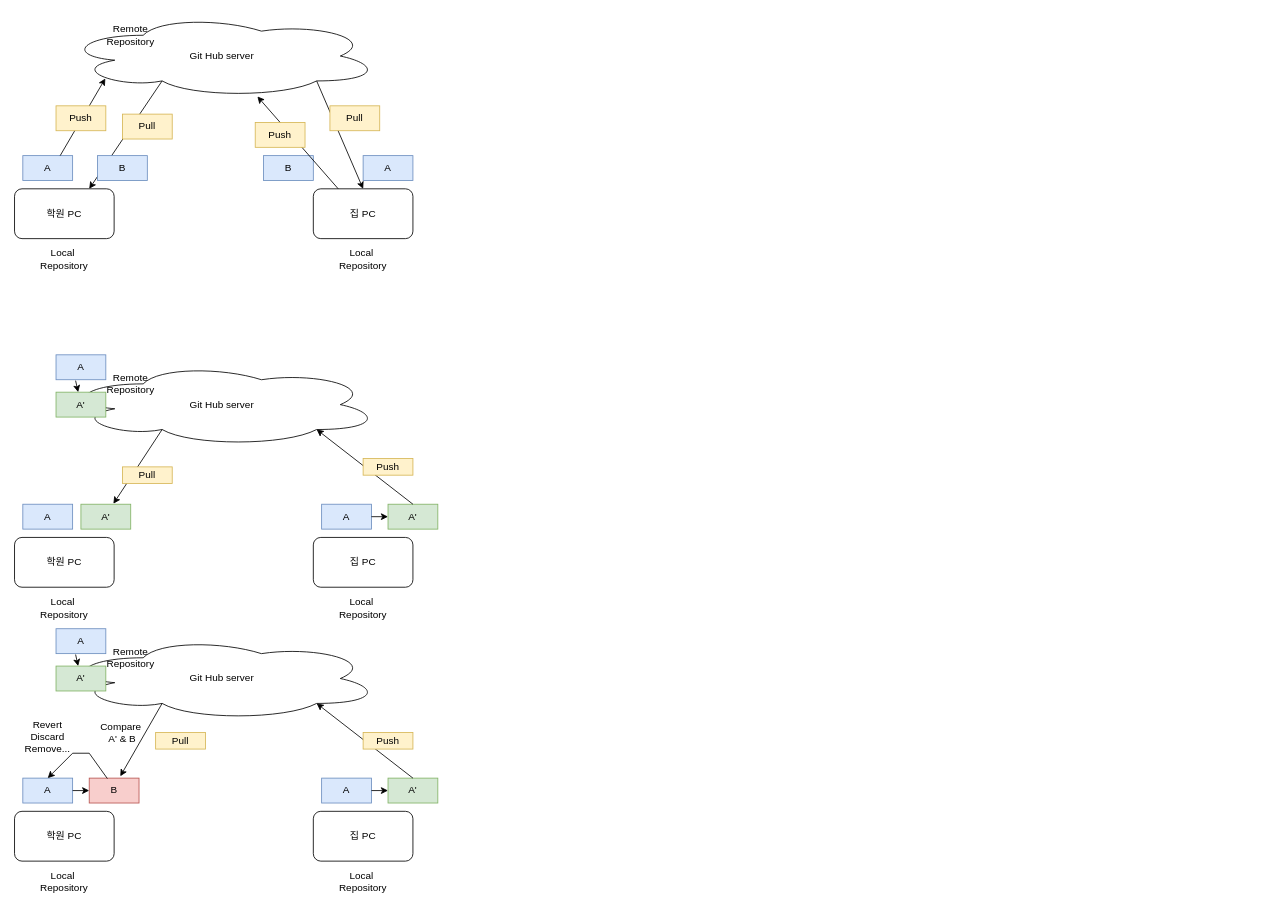
Above: GitHub.drawio in luke-youngmin-cho/Client_1st (draw.io), before the change. Source tidied: cells renumbered, new cells numbered last; positions are measured from the earlier drawing's top-left corner, leaving out a move shared by most shapes. Both pictures are drawn from the tidied source at 83%, with x=0, y=0 at pixel (14, 14).
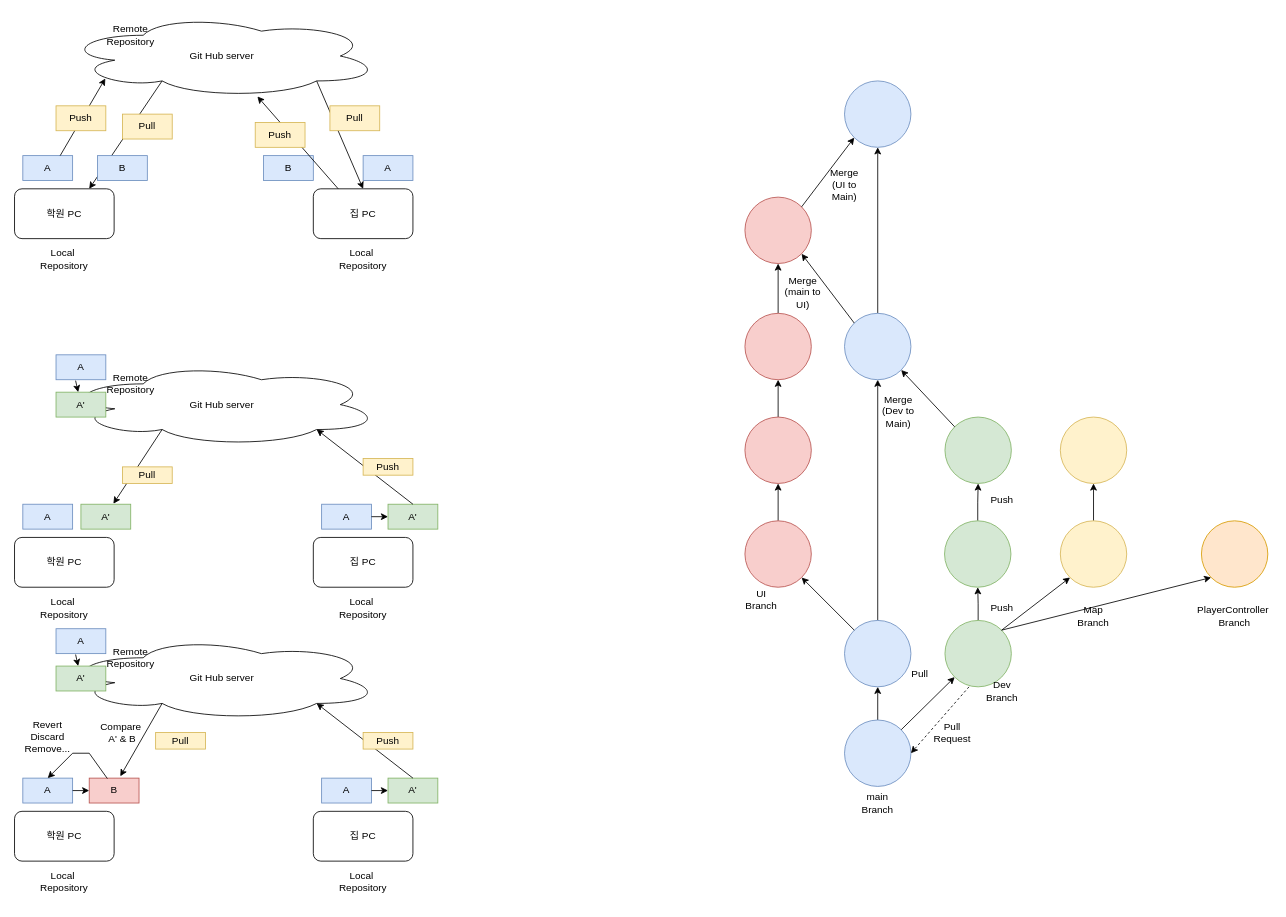
The same page after the edit.

Diff of the diagram source:
```diff
@@
+    <mxCell id="60" style="edgeStyle=orthogonalEdgeStyle;rounded=0;jettySize=auto;html=1;entryX=0.5;entryY=1;entryDx=0;entryDy=0;" parent="1" edge="1" source="61" target="64">
+      <mxGeometry relative="1" as="geometry" />
+    </mxCell>
+    <mxCell id="61" style="ellipse;whiteSpace=wrap;html=1;fillColor=#dae8fc;strokeColor=#6c8ebf;" parent="1" vertex="1">
+      <mxGeometry x="1000" y="850" width="80" height="80" as="geometry" />
+    </mxCell>
+    <mxCell id="62" value="main&lt;br&gt;Branch" style="text;html=1;strokeColor=none;fillColor=none;align=center;verticalAlign=middle;whiteSpace=wrap;rounded=0;" parent="1" vertex="1">
+      <mxGeometry x="1000" y="930" width="80" height="40" as="geometry" />
+    </mxCell>
+    <mxCell id="63" style="edgeStyle=orthogonalEdgeStyle;rounded=0;jettySize=auto;html=1;entryX=0.5;entryY=1;entryDx=0;entryDy=0;" parent="1" edge="1" source="64" target="79">
+      <mxGeometry relative="1" as="geometry" />
+    </mxCell>
+    <mxCell id="64" style="ellipse;whiteSpace=wrap;html=1;fillColor=#dae8fc;strokeColor=#6c8ebf;" parent="1" vertex="1">
+      <mxGeometry x="1000" y="730" width="80" height="80" as="geometry" />
+    </mxCell>
+    <mxCell id="65" style="edgeStyle=orthogonalEdgeStyle;rounded=0;jettySize=auto;html=1;entryX=0.5;entryY=1;entryDx=0;entryDy=0;" parent="1" edge="1" source="66" target="72">
+      <mxGeometry relative="1" as="geometry" />
+    </mxCell>
+    <mxCell id="66" style="ellipse;whiteSpace=wrap;html=1;fillColor=#d5e8d4;strokeColor=#82b366;" parent="1" vertex="1">
+      <mxGeometry x="1121" y="730" width="80" height="80" as="geometry" />
+    </mxCell>
+    <mxCell id="67" style="endArrow=classic;html=1;rounded=0;exitX=1;exitY=0;exitDx=0;exitDy=0;entryX=0;entryY=1;entryDx=0;entryDy=0;" parent="1" edge="1" source="61" target="66">
+      <mxGeometry relative="1" as="geometry" />
+    </mxCell>
+    <mxCell id="68" style="edgeStyle=orthogonalEdgeStyle;rounded=0;jettySize=auto;html=1;entryX=0.5;entryY=1;entryDx=0;entryDy=0;" parent="1" edge="1" source="69" target="75">
+      <mxGeometry relative="1" as="geometry" />
+    </mxCell>
+    <mxCell id="69" style="ellipse;whiteSpace=wrap;html=1;fillColor=#f8cecc;strokeColor=#b85450;" parent="1" vertex="1">
+      <mxGeometry x="880" y="610" width="80" height="80" as="geometry" />
+    </mxCell>
+    <mxCell id="70" style="endArrow=classic;html=1;rounded=0;exitX=0;exitY=0;exitDx=0;exitDy=0;entryX=1;entryY=1;entryDx=0;entryDy=0;" parent="1" edge="1" source="64" target="69">
+      <mxGeometry relative="1" as="geometry" />
+    </mxCell>
+    <mxCell id="71" style="edgeStyle=orthogonalEdgeStyle;rounded=0;jettySize=auto;html=1;entryX=0.5;entryY=1;entryDx=0;entryDy=0;" parent="1" edge="1" source="72" target="73">
+      <mxGeometry relative="1" as="geometry" />
+    </mxCell>
+    <mxCell id="72" style="ellipse;whiteSpace=wrap;html=1;fillColor=#d5e8d4;strokeColor=#82b366;" parent="1" vertex="1">
+      <mxGeometry x="1120.5" y="610" width="80" height="80" as="geometry" />
+    </mxCell>
+    <mxCell id="73" style="ellipse;whiteSpace=wrap;html=1;fillColor=#d5e8d4;strokeColor=#82b366;" parent="1" vertex="1">
+      <mxGeometry x="1121" y="485" width="80" height="80" as="geometry" />
+    </mxCell>
+    <mxCell id="74" style="edgeStyle=orthogonalEdgeStyle;rounded=0;jettySize=auto;html=1;entryX=0.5;entryY=1;entryDx=0;entryDy=0;" parent="1" edge="1" source="75" target="77">
+      <mxGeometry relative="1" as="geometry" />
+    </mxCell>
+    <mxCell id="75" style="ellipse;whiteSpace=wrap;html=1;fillColor=#f8cecc;strokeColor=#b85450;" parent="1" vertex="1">
+      <mxGeometry x="880" y="485" width="80" height="80" as="geometry" />
+    </mxCell>
+    <mxCell id="76" style="edgeStyle=orthogonalEdgeStyle;rounded=0;jettySize=auto;html=1;entryX=0.5;entryY=1;entryDx=0;entryDy=0;" parent="1" edge="1" source="77" target="91">
+      <mxGeometry relative="1" as="geometry" />
+    </mxCell>
+    <mxCell id="77" style="ellipse;whiteSpace=wrap;html=1;fillColor=#f8cecc;strokeColor=#b85450;" parent="1" vertex="1">
+      <mxGeometry x="880" y="360" width="80" height="80" as="geometry" />
+    </mxCell>
+    <mxCell id="78" style="edgeStyle=orthogonalEdgeStyle;rounded=0;jettySize=auto;html=1;entryX=0.5;entryY=1;entryDx=0;entryDy=0;" parent="1" edge="1" source="79" target="89">
+      <mxGeometry relative="1" as="geometry" />
+    </mxCell>
+    <mxCell id="79" style="ellipse;whiteSpace=wrap;html=1;fillColor=#dae8fc;strokeColor=#6c8ebf;" parent="1" vertex="1">
+      <mxGeometry x="1000" y="360" width="80" height="80" as="geometry" />
+    </mxCell>
+    <mxCell id="80" style="endArrow=classic;html=1;rounded=0;entryX=1;entryY=1;entryDx=0;entryDy=0;exitX=0;exitY=0;exitDx=0;exitDy=0;" parent="1" edge="1" source="73" target="79">
+      <mxGeometry relative="1" as="geometry" />
+    </mxCell>
+    <mxCell id="81" value="Pull" style="text;html=1;strokeColor=none;fillColor=none;align=center;verticalAlign=middle;whiteSpace=wrap;rounded=0;" parent="1" vertex="1">
+      <mxGeometry x="1061" y="780" width="60" height="30" as="geometry" />
+    </mxCell>
+    <mxCell id="82" value="Dev&lt;br&gt;Branch" style="text;html=1;strokeColor=none;fillColor=none;align=center;verticalAlign=middle;whiteSpace=wrap;rounded=0;" parent="1" vertex="1">
+      <mxGeometry x="1160" y="800" width="60" height="30" as="geometry" />
+    </mxCell>
+    <mxCell id="83" value="UI&lt;br&gt;Branch" style="text;html=1;strokeColor=none;fillColor=none;align=center;verticalAlign=middle;whiteSpace=wrap;rounded=0;" parent="1" vertex="1">
+      <mxGeometry x="870" y="690" width="60" height="30" as="geometry" />
+    </mxCell>
+    <mxCell id="84" style="endArrow=classic;html=1;rounded=0;entryX=1;entryY=0.5;entryDx=0;entryDy=0;dashed=1;" parent="1" edge="1" target="61">
+      <mxGeometry relative="1" as="geometry">
+        <mxPoint x="1150" y="810" as="sourcePoint" />
+      </mxGeometry>
+    </mxCell>
+    <mxCell id="85" value="Pull&lt;br&gt;Request" style="text;html=1;strokeColor=none;fillColor=none;align=center;verticalAlign=middle;whiteSpace=wrap;rounded=0;" parent="1" vertex="1">
+      <mxGeometry x="1100" y="850" width="60" height="30" as="geometry" />
+    </mxCell>
+    <mxCell id="86" value="Push" style="text;html=1;strokeColor=none;fillColor=none;align=center;verticalAlign=middle;whiteSpace=wrap;rounded=0;" parent="1" vertex="1">
+      <mxGeometry x="1160" y="700" width="60" height="30" as="geometry" />
+    </mxCell>
+    <mxCell id="87" value="Push" style="text;html=1;strokeColor=none;fillColor=none;align=center;verticalAlign=middle;whiteSpace=wrap;rounded=0;" parent="1" vertex="1">
+      <mxGeometry x="1160" y="570" width="60" height="30" as="geometry" />
+    </mxCell>
+    <mxCell id="88" value="Merge&lt;br&gt;(Dev to&lt;br&gt;Main)" style="text;html=1;strokeColor=none;fillColor=none;align=center;verticalAlign=middle;whiteSpace=wrap;rounded=0;" parent="1" vertex="1">
+      <mxGeometry x="1030" y="455" width="70" height="45" as="geometry" />
+    </mxCell>
+    <mxCell id="89" style="ellipse;whiteSpace=wrap;html=1;fillColor=#dae8fc;strokeColor=#6c8ebf;" parent="1" vertex="1">
+      <mxGeometry x="1000" y="80" width="80" height="80" as="geometry" />
+    </mxCell>
+    <mxCell id="90" value="Merge&lt;br&gt;(UI to&lt;br&gt;Main)" style="text;html=1;strokeColor=none;fillColor=none;align=center;verticalAlign=middle;whiteSpace=wrap;rounded=0;" parent="1" vertex="1">
+      <mxGeometry x="970" y="180" width="60" height="50" as="geometry" />
+    </mxCell>
+    <mxCell id="91" style="ellipse;whiteSpace=wrap;html=1;fillColor=#f8cecc;strokeColor=#b85450;" parent="1" vertex="1">
+      <mxGeometry x="880" y="220" width="80" height="80" as="geometry" />
+    </mxCell>
+    <mxCell id="92" style="endArrow=classic;html=1;rounded=0;entryX=1;entryY=1;entryDx=0;entryDy=0;exitX=0;exitY=0;exitDx=0;exitDy=0;" parent="1" edge="1" source="79" target="91">
+      <mxGeometry relative="1" as="geometry" />
+    </mxCell>
+    <mxCell id="93" style="endArrow=classic;html=1;rounded=0;entryX=0;entryY=1;entryDx=0;entryDy=0;exitX=1;exitY=0;exitDx=0;exitDy=0;" parent="1" edge="1" source="91" target="89">
+      <mxGeometry relative="1" as="geometry" />
+    </mxCell>
+    <mxCell id="94" value="Merge&lt;br&gt;(main to&lt;br&gt;UI)" style="text;html=1;strokeColor=none;fillColor=none;align=center;verticalAlign=middle;whiteSpace=wrap;rounded=0;" parent="1" vertex="1">
+      <mxGeometry x="920" y="310" width="60" height="50" as="geometry" />
+    </mxCell>
+    <mxCell id="95" style="edgeStyle=orthogonalEdgeStyle;rounded=0;jettySize=auto;html=1;entryX=0.5;entryY=1;entryDx=0;entryDy=0;" parent="1" edge="1" source="96" target="102">
+      <mxGeometry relative="1" as="geometry" />
+    </mxCell>
+    <mxCell id="96" style="ellipse;whiteSpace=wrap;html=1;fillColor=#fff2cc;strokeColor=#d6b656;" parent="1" vertex="1">
+      <mxGeometry x="1260" y="610" width="80" height="80" as="geometry" />
+    </mxCell>
+    <mxCell id="97" style="endArrow=classic;html=1;rounded=0;entryX=0;entryY=1;entryDx=0;entryDy=0;exitX=1;exitY=0;exitDx=0;exitDy=0;" parent="1" edge="1" source="66" target="96">
+      <mxGeometry relative="1" as="geometry" />
+    </mxCell>
+    <mxCell id="98" value="Map&lt;br&gt;Branch" style="text;html=1;strokeColor=none;fillColor=none;align=center;verticalAlign=middle;whiteSpace=wrap;rounded=0;" parent="1" vertex="1">
+      <mxGeometry x="1270" y="710" width="60" height="30" as="geometry" />
+    </mxCell>
+    <mxCell id="99" style="ellipse;whiteSpace=wrap;html=1;fillColor=#ffe6cc;strokeColor=#d79b00;" parent="1" vertex="1">
+      <mxGeometry x="1430" y="610" width="80" height="80" as="geometry" />
+    </mxCell>
+    <mxCell id="100" value="PlayerController&amp;nbsp;&lt;br&gt;Branch" style="text;html=1;strokeColor=none;fillColor=none;align=center;verticalAlign=middle;whiteSpace=wrap;rounded=0;" parent="1" vertex="1">
+      <mxGeometry x="1440" y="710" width="60" height="30" as="geometry" />
+    </mxCell>
+    <mxCell id="101" style="endArrow=classic;html=1;rounded=0;entryX=0;entryY=1;entryDx=0;entryDy=0;exitX=1;exitY=0;exitDx=0;exitDy=0;" parent="1" edge="1" source="66" target="99">
+      <mxGeometry relative="1" as="geometry" />
+    </mxCell>
+    <mxCell id="102" style="ellipse;whiteSpace=wrap;html=1;fillColor=#fff2cc;strokeColor=#d6b656;" parent="1" vertex="1">
+      <mxGeometry x="1260" y="485" width="80" height="80" as="geometry" />
+    </mxCell>
```
